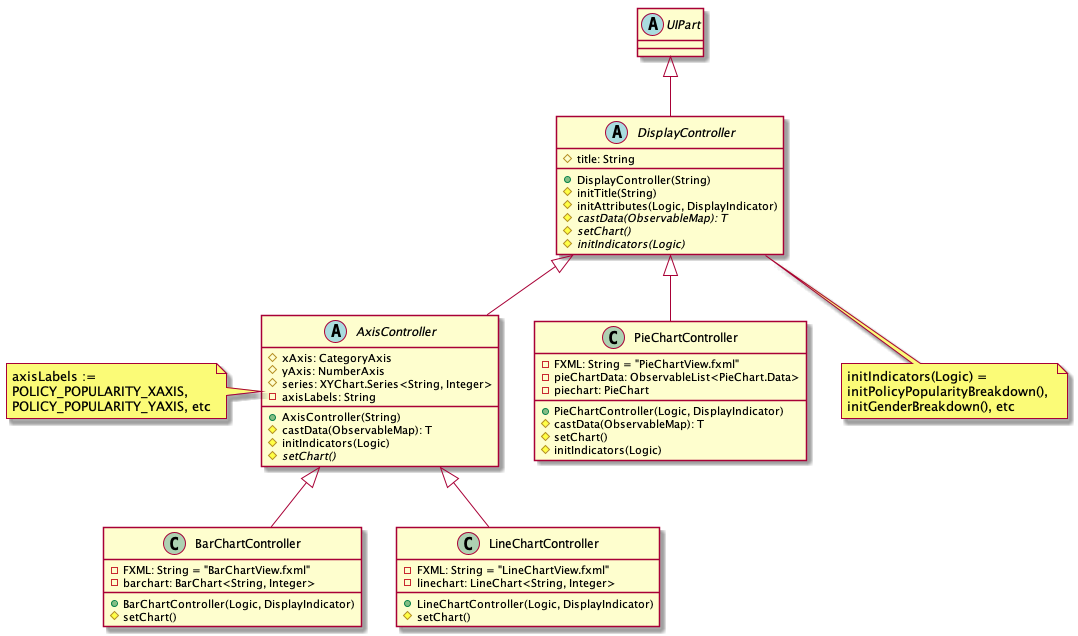
Before: docs/images/DisplayClassDiagram.png, a diagram exported from PlantUML (nus-cs2103-AY1920S1/addressbook-level3). The source it was exported from:
```plantuml
@startuml

abstract class UIPart {
}
abstract class DisplayController {
#title: String
+DisplayController(String)
#initTitle(String)
#initAttributes(Logic, DisplayIndicator)
#{abstract}castData(ObservableMap): T
#{abstract}setChart()
#{abstract}initIndicators(Logic)
}
abstract class AxisController {
#xAxis: CategoryAxis
#yAxis: NumberAxis
#series: XYChart.Series<String, Integer>
-axisLabels: String
+AxisController(String)
#castData(ObservableMap): T
#initIndicators(Logic)
#{abstract}setChart()
}
class PieChartController{
-FXML: String = "PieChartView.fxml"
-pieChartData: ObservableList<PieChart.Data>
-piechart: PieChart
+ PieChartController(Logic, DisplayIndicator)
#castData(ObservableMap): T
#setChart()
#initIndicators(Logic)
}
class BarChartController{
-FXML: String = "BarChartView.fxml"
-barchart: BarChart<String, Integer>
+ BarChartController(Logic, DisplayIndicator)
# setChart()
}
class LineChartController{
-FXML: String = "LineChartView.fxml"
-linechart: LineChart<String, Integer>
+ LineChartController(Logic, DisplayIndicator)
# setChart()
}

UIPart <|-down- DisplayController
DisplayController <|-down- AxisController
DisplayController <|-down- PieChartController
AxisController <|-down- BarChartController
AxisController <|-down- LineChartController

note bottom of DisplayController: initIndicators(Logic) = \ninitPolicyPopularityBreakdown(), \ninitGenderBreakdown(), etc
note left of AxisController: axisLabels := \nPOLICY_POPULARITY_XAXIS, \nPOLICY_POPULARITY_YAXIS, etc

@enduml
```
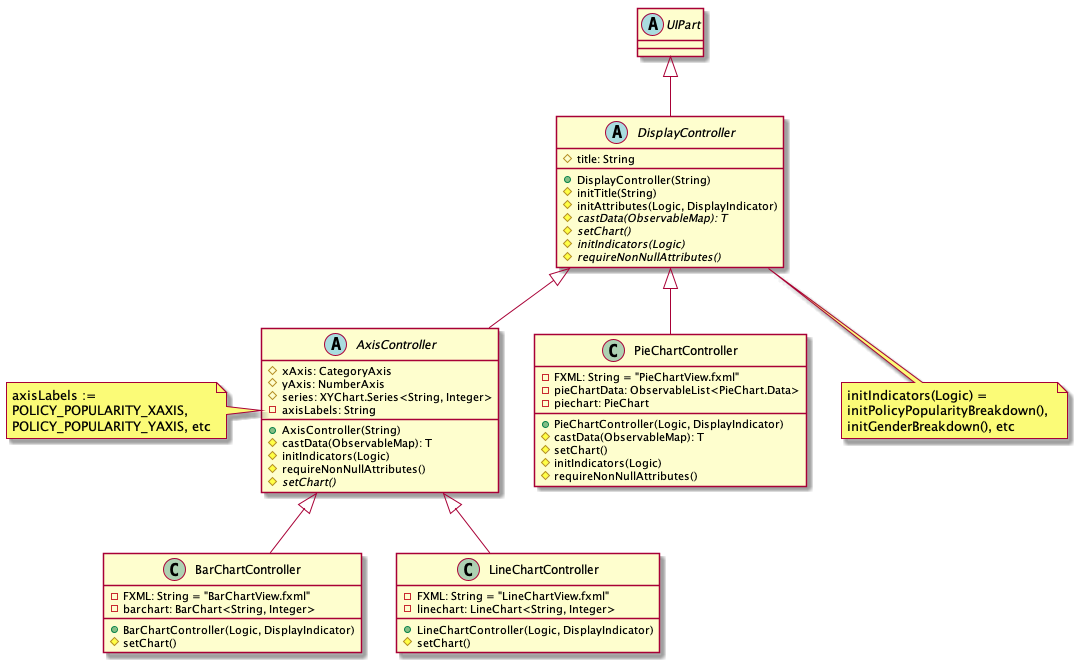
After the change.

Commit message:
Assertion and Logging for display command

Diff of the diagram source:
```diff
@@ -10,6 +10,7 @@
 #{abstract}castData(ObservableMap): T
 #{abstract}setChart()
 #{abstract}initIndicators(Logic)
+#{abstract}requireNonNullAttributes()
 }
 abstract class AxisController {
 #xAxis: CategoryAxis
@@ -19,6 +20,7 @@
 +AxisController(String)
 #castData(ObservableMap): T
 #initIndicators(Logic)
+#requireNonNullAttributes()
 #{abstract}setChart()
 }
 class PieChartController{
@@ -29,6 +31,7 @@
 #castData(ObservableMap): T
 #setChart()
 #initIndicators(Logic)
+#requireNonNullAttributes()
 }
 class BarChartController{
 -FXML: String = "BarChartView.fxml"
```
